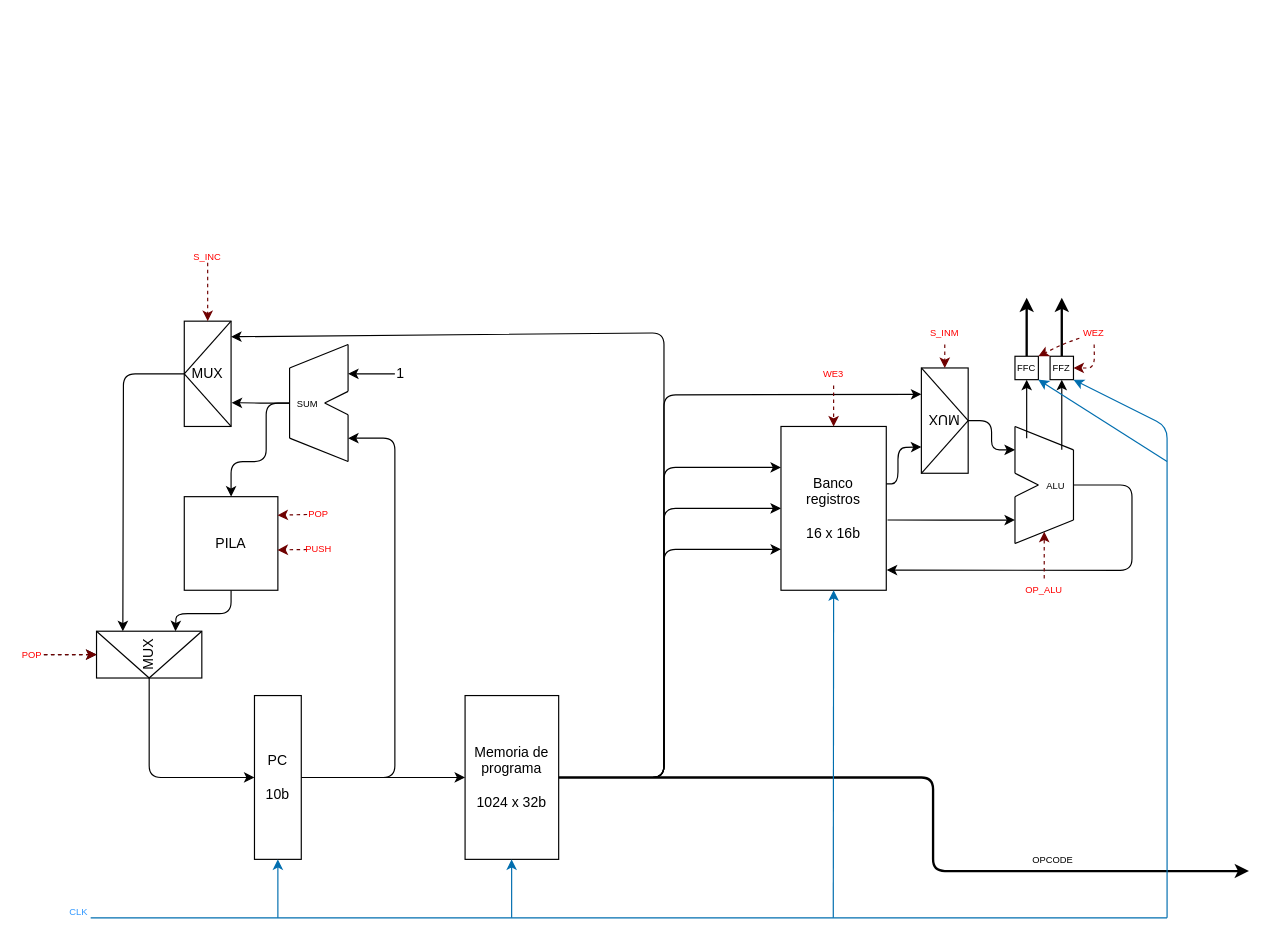
Earlier version of the draw.io diagram doc/caminodatos.drawio (JorNiebla/CPUVerilog). Source tidied: cells renumbered, new cells numbered last; positions are measured from the earlier drawing's top-left corner, leaving out a move shared by most shapes. Both pictures are drawn from the tidied source at 117%, with x=0, y=0 at pixel (20, 250).
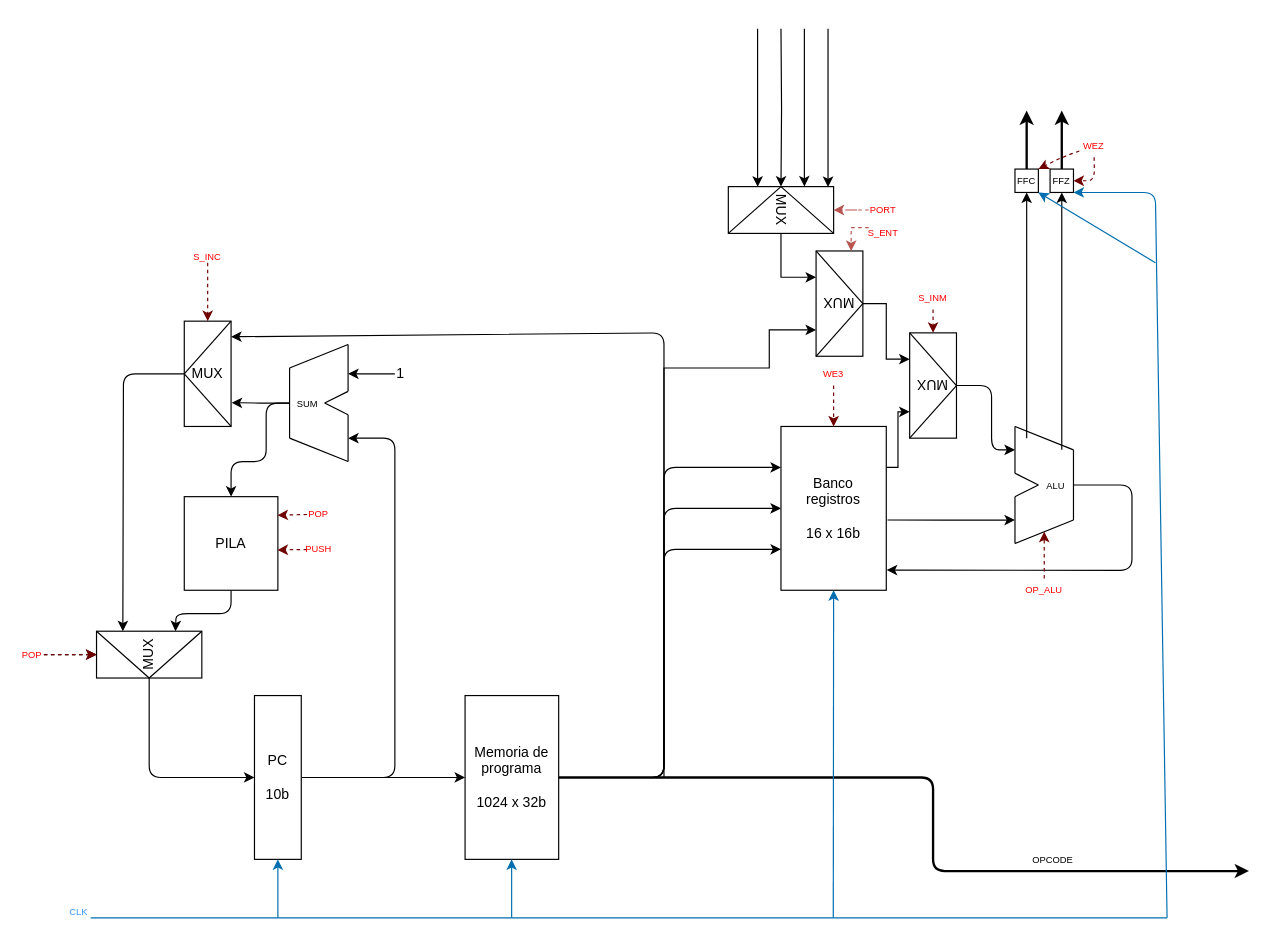
After the change.

The change refers to these unchanged cells:
```xml
<mxCell id="35" value="Memoria de programa&lt;br&gt;&lt;br&gt;1024 x 32b" style="rounded=0;whiteSpace=wrap;html=1;" parent="1" vertex="1">
  <mxGeometry x="380" y="380" width="80" height="140" as="geometry" />
</mxCell>
<mxCell id="40" value="Banco&lt;br&gt;registros&lt;br&gt;&lt;br&gt;16 x 16b" style="rounded=0;whiteSpace=wrap;html=1;" parent="1" vertex="1">
  <mxGeometry x="650" y="150" width="90" height="140" as="geometry" />
</mxCell>
<mxCell id="42" value="MUX" style="rounded=0;whiteSpace=wrap;html=1;rotation=-180;" parent="41" vertex="1">
  <mxGeometry width="40" height="90" as="geometry" />
</mxCell>
```

The edit, as a diff of the source:
```diff
@@
-    <mxCell id="32" style="edgeStyle=none;html=1;entryX=1;entryY=0.75;entryDx=0;entryDy=0;exitX=1;exitY=0.5;exitDx=0;exitDy=0;" parent="1" edge="1" source="35" target="42">
-      <mxGeometry relative="1" as="geometry">
-        <Array as="points">
-          <mxPoint x="550" y="450" />
-          <mxPoint x="550" y="123" />
-        </Array>
-      </mxGeometry>
-    </mxCell>
@@
+    <mxCell id="87" style="edgeStyle=orthogonalEdgeStyle;rounded=0;jettySize=auto;html=1;entryX=1;entryY=0.25;entryDx=0;entryDy=0;" parent="1" edge="1" source="35" target="97">
+      <mxGeometry relative="1" as="geometry">
+        <Array as="points">
+          <mxPoint x="550" y="450" />
+          <mxPoint x="550" y="100" />
+          <mxPoint x="640" y="100" />
+          <mxPoint x="640" y="68" />
+        </Array>
+      </mxGeometry>
+    </mxCell>
@@
+    <mxCell id="39" style="edgeStyle=none;html=1;fontSize=8;exitX=1.012;exitY=0.571;exitDx=0;exitDy=0;exitPerimeter=0;" parent="1" edge="1" source="40">
+      <mxGeometry relative="1" as="geometry">
+        <mxPoint x="850" y="230" as="targetPoint" />
+        <Array as="points">
+          <mxPoint x="800" y="230" />
+        </Array>
+      </mxGeometry>
+    </mxCell>
-    <mxCell id="38" style="edgeStyle=none;html=1;entryX=1;entryY=0.25;entryDx=0;entryDy=0;exitX=0.991;exitY=0.351;exitDx=0;exitDy=0;exitPerimeter=0;" parent="1" edge="1" source="40" target="42">
+    <mxCell id="38" style="edgeStyle=orthogonalEdgeStyle;rounded=0;jettySize=auto;html=1;exitX=1;exitY=0.25;exitDx=0;exitDy=0;entryX=1;entryY=0.25;entryDx=0;entryDy=0;" parent="1" edge="1" source="40" target="42">
       <mxGeometry relative="1" as="geometry">
         <Array as="points">
-          <mxPoint x="750" y="199" />
-          <mxPoint x="750" y="168" />
+          <mxPoint x="750" y="185" />
+          <mxPoint x="750" y="138" />
         </Array>
       </mxGeometry>
     </mxCell>
-    <mxCell id="39" style="edgeStyle=none;html=1;fontSize=8;exitX=1.012;exitY=0.571;exitDx=0;exitDy=0;exitPerimeter=0;" parent="1" edge="1" source="40">
-      <mxGeometry relative="1" as="geometry">
-        <mxPoint x="850" y="230" as="targetPoint" />
-        <Array as="points">
-          <mxPoint x="800" y="230" />
-        </Array>
-      </mxGeometry>
-    </mxCell>
@@
-    <mxCell id="41" style="group;rotation=-180;" parent="1" vertex="1">
-      <mxGeometry x="770" y="100" width="40" height="90" as="geometry" />
+    <mxCell id="41" style="group;rotation=270;" parent="1" vertex="1">
+      <mxGeometry x="760" y="70" width="40" height="90" as="geometry" />
     </mxCell>
@@
     <mxCell id="54" style="edgeStyle=none;html=1;fontSize=8;exitX=0;exitY=0.5;exitDx=0;exitDy=0;" parent="1" edge="1" source="42">
       <mxGeometry relative="1" as="geometry">
         <mxPoint x="850" y="170" as="targetPoint" />
         <Array as="points">
-          <mxPoint x="830" y="145" />
+          <mxPoint x="830" y="115" />
           <mxPoint x="830" y="170" />
         </Array>
       </mxGeometry>
     </mxCell>
@@
     <mxCell id="56" style="edgeStyle=none;html=1;fontSize=8;fontColor=#FF0000;strokeWidth=2;" parent="1" edge="1" source="57">
       <mxGeometry relative="1" as="geometry">
-        <mxPoint x="890" y="40" as="targetPoint" />
+        <mxPoint x="890" y="-120" as="targetPoint" />
       </mxGeometry>
     </mxCell>
     <mxCell id="57" value="FFZ" style="whiteSpace=wrap;html=1;fontSize=8;" parent="1" vertex="1">
-      <mxGeometry x="880" y="90" width="20" height="20" as="geometry" />
+      <mxGeometry x="880" y="-70" width="20" height="20" as="geometry" />
     </mxCell>
     <mxCell id="58" style="edgeStyle=none;html=1;fontSize=8;fontColor=#FF0000;strokeWidth=2;" parent="1" edge="1" source="59">
       <mxGeometry relative="1" as="geometry">
-        <mxPoint x="860" y="40" as="targetPoint" />
+        <mxPoint x="860" y="-120" as="targetPoint" />
       </mxGeometry>
     </mxCell>
     <mxCell id="59" value="FFC" style="whiteSpace=wrap;html=1;fontSize=8;" parent="1" vertex="1">
-      <mxGeometry x="850" y="90" width="20" height="20" as="geometry" />
+      <mxGeometry x="850" y="-70" width="20" height="20" as="geometry" />
     </mxCell>
@@
-    <mxCell id="61" style="endArrow=classic;html=1;fontSize=8;" parent="1" edge="1">
+    <mxCell id="61" style="endArrow=classic;html=1;fontSize=8;entryX=0.5;entryY=1;entryDx=0;entryDy=0;" parent="1" edge="1" target="59">
       <mxGeometry relative="1" as="geometry">
         <mxPoint x="860" y="160" as="sourcePoint" />
-        <mxPoint x="860" y="110" as="targetPoint" />
       </mxGeometry>
     </mxCell>
@@
     <mxCell id="66" style="endArrow=classic;html=1;fontSize=8;fillColor=#1ba1e2;strokeColor=#006EAF;entryX=1;entryY=1;entryDx=0;entryDy=0;" parent="1" edge="1" target="57">
       <mxGeometry relative="1" as="geometry">
         <mxPoint x="980" y="570" as="sourcePoint" />
         <Array as="points">
-          <mxPoint x="980" y="150" />
+          <mxPoint x="970" y="-50" />
         </Array>
       </mxGeometry>
     </mxCell>
     <mxCell id="67" style="endArrow=classic;html=1;fontSize=8;entryX=1;entryY=1;entryDx=0;entryDy=0;fillColor=#1ba1e2;strokeColor=#006EAF;" parent="1" edge="1" target="59">
       <mxGeometry relative="1" as="geometry">
-        <mxPoint x="980" y="180" as="sourcePoint" />
+        <mxPoint x="970" y="10" as="sourcePoint" />
       </mxGeometry>
     </mxCell>
@@
-    <mxCell id="79" value="S_INM" style="text;html=1;strokeColor=none;fillColor=none;align=center;verticalAlign=middle;whiteSpace=wrap;rounded=0;fontSize=8;fontColor=#FF0000;" parent="1" vertex="1">
-      <mxGeometry x="760" y="60" width="60" height="20" as="geometry" />
+    <mxCell id="79" value="S_INM" style="text;html=1;strokeColor=none;fillColor=none;align=center;verticalAlign=middle;whiteSpace=wrap;rounded=0;fontSize=8;fontColor=#FF0000;rotation=0;" parent="1" vertex="1">
+      <mxGeometry x="750" y="30" width="60" height="20" as="geometry" />
     </mxCell>
@@
     <mxCell id="84" style="edgeStyle=none;html=1;entryX=1;entryY=0.5;entryDx=0;entryDy=0;dashed=1;fontSize=8;fontColor=#FF0000;fillColor=#a20025;strokeColor=#6F0000;" parent="1" edge="1" source="86" target="57">
       <mxGeometry relative="1" as="geometry">
         <Array as="points">
-          <mxPoint x="918" y="100" />
+          <mxPoint x="918" y="-60" />
         </Array>
       </mxGeometry>
     </mxCell>
     <mxCell id="85" style="edgeStyle=none;html=1;dashed=1;fontSize=8;fontColor=#FF0000;fillColor=#a20025;strokeColor=#6F0000;" parent="1" edge="1" source="86">
       <mxGeometry relative="1" as="geometry">
-        <mxPoint x="870" y="90" as="targetPoint" />
+        <mxPoint x="870" y="-70" as="targetPoint" />
         <Array as="points">
-          <mxPoint x="890" y="80" />
-          <mxPoint x="870" y="90" />
+          <mxPoint x="890" y="-80" />
+          <mxPoint x="870" y="-70" />
         </Array>
       </mxGeometry>
     </mxCell>
     <mxCell id="86" value="WEZ" style="text;html=1;strokeColor=none;fillColor=none;align=center;verticalAlign=middle;whiteSpace=wrap;rounded=0;fontSize=8;fontColor=#FF0000;" parent="1" vertex="1">
-      <mxGeometry x="905" y="60" width="25" height="20" as="geometry" />
+      <mxGeometry x="905" y="-100" width="25" height="20" as="geometry" />
     </mxCell>
+    <mxCell id="88" style="edgeStyle=orthogonalEdgeStyle;rounded=0;jettySize=auto;html=1;entryX=0.005;entryY=0.721;entryDx=0;entryDy=0;entryPerimeter=0;" parent="1" edge="1" target="93">
+      <mxGeometry relative="1" as="geometry">
+        <mxPoint x="630" y="-190" as="sourcePoint" />
+        <Array as="points">
+          <mxPoint x="630" y="-70" />
+        </Array>
+      </mxGeometry>
+    </mxCell>
+    <mxCell id="89" style="edgeStyle=orthogonalEdgeStyle;rounded=0;jettySize=auto;html=1;entryX=0;entryY=0.5;entryDx=0;entryDy=0;" parent="1" edge="1" target="93">
+      <mxGeometry relative="1" as="geometry">
+        <mxPoint x="650" y="-190" as="sourcePoint" />
+      </mxGeometry>
+    </mxCell>
+    <mxCell id="90" style="edgeStyle=orthogonalEdgeStyle;rounded=0;jettySize=auto;html=1;entryX=-0.003;entryY=0.277;entryDx=0;entryDy=0;entryPerimeter=0;" parent="1" edge="1" target="93">
+      <mxGeometry relative="1" as="geometry">
+        <mxPoint x="670" y="-190" as="sourcePoint" />
+        <Array as="points">
+          <mxPoint x="670" y="-60" />
+          <mxPoint x="670" y="-60" />
+        </Array>
+      </mxGeometry>
+    </mxCell>
+    <mxCell id="91" style="edgeStyle=orthogonalEdgeStyle;rounded=0;jettySize=auto;html=1;entryX=0.009;entryY=0.053;entryDx=0;entryDy=0;entryPerimeter=0;" parent="1" edge="1" target="93">
+      <mxGeometry relative="1" as="geometry">
+        <mxPoint x="690" y="-190" as="sourcePoint" />
+        <Array as="points">
+          <mxPoint x="690" y="-55" />
+        </Array>
+      </mxGeometry>
+    </mxCell>
+    <mxCell id="92" style="edgeStyle=orthogonalEdgeStyle;rounded=0;jettySize=auto;html=1;entryX=1;entryY=0.75;entryDx=0;entryDy=0;" parent="1" edge="1" source="93" target="97">
+      <mxGeometry relative="1" as="geometry" />
+    </mxCell>
+    <mxCell id="93" value="MUX" style="rounded=0;whiteSpace=wrap;html=1;rotation=90;" parent="1" vertex="1">
+      <mxGeometry x="630" y="-80" width="40" height="90" as="geometry" />
+    </mxCell>
+    <mxCell id="94" style="endArrow=none;html=1;rounded=0;entryX=1;entryY=0;entryDx=0;entryDy=0;exitX=0;exitY=0.5;exitDx=0;exitDy=0;" parent="1" edge="1" source="93" target="93">
+      <mxGeometry relative="1" as="geometry" />
+    </mxCell>
+    <mxCell id="95" style="endArrow=none;html=1;rounded=0;entryX=0;entryY=0.5;entryDx=0;entryDy=0;exitX=1;exitY=1;exitDx=0;exitDy=0;" parent="1" edge="1" source="93" target="93">
+      <mxGeometry relative="1" as="geometry" />
+    </mxCell>
+    <mxCell id="96" style="group;rotation=-180;" parent="1" vertex="1">
+      <mxGeometry x="680" width="40" height="90" as="geometry" />
+    </mxCell>
+    <mxCell id="97" value="MUX" style="rounded=0;whiteSpace=wrap;html=1;rotation=-180;" parent="96" vertex="1">
+      <mxGeometry width="40" height="90" as="geometry" />
+    </mxCell>
+    <mxCell id="98" style="endArrow=none;html=1;rounded=0;entryX=1;entryY=0;entryDx=0;entryDy=0;exitX=0;exitY=0.5;exitDx=0;exitDy=0;" parent="96" edge="1" source="97" target="97">
+      <mxGeometry relative="1" as="geometry" />
+    </mxCell>
+    <mxCell id="99" style="endArrow=none;html=1;rounded=0;entryX=0;entryY=0.5;entryDx=0;entryDy=0;exitX=1;exitY=1;exitDx=0;exitDy=0;" parent="96" edge="1" source="97" target="97">
+      <mxGeometry relative="1" as="geometry" />
+    </mxCell>
+    <mxCell id="100" style="edgeStyle=orthogonalEdgeStyle;rounded=0;jettySize=auto;html=1;entryX=1;entryY=0.75;entryDx=0;entryDy=0;" parent="1" edge="1" source="97" target="42">
+      <mxGeometry relative="1" as="geometry" />
+    </mxCell>
+    <mxCell id="101" style="edgeStyle=orthogonalEdgeStyle;rounded=0;jettySize=auto;html=1;entryX=0.5;entryY=0;entryDx=0;entryDy=0;dashed=1;fillColor=#f8cecc;strokeColor=#b85450;" parent="1" edge="1" source="102" target="93">
+      <mxGeometry relative="1" as="geometry" />
+    </mxCell>
+    <mxCell id="102" value="PORT" style="text;html=1;strokeColor=none;fillColor=none;align=center;verticalAlign=middle;whiteSpace=wrap;rounded=0;fontSize=8;fontColor=#FF0000;" parent="1" vertex="1">
+      <mxGeometry x="725" y="-45" width="25" height="20" as="geometry" />
+    </mxCell>
+    <mxCell id="103" style="edgeStyle=orthogonalEdgeStyle;rounded=0;jettySize=auto;html=1;entryX=0.25;entryY=1;entryDx=0;entryDy=0;dashed=1;fillColor=#f8cecc;strokeColor=#b85450;" parent="1" edge="1" source="104" target="97">
+      <mxGeometry relative="1" as="geometry">
+        <Array as="points">
+          <mxPoint x="710" y="-20" />
+        </Array>
+      </mxGeometry>
+    </mxCell>
+    <mxCell id="104" value="S_ENT" style="text;html=1;strokeColor=none;fillColor=none;align=center;verticalAlign=middle;whiteSpace=wrap;rounded=0;fontSize=8;fontColor=#FF0000;" parent="1" vertex="1">
+      <mxGeometry x="725" y="-25" width="25" height="20" as="geometry" />
+    </mxCell>
```
